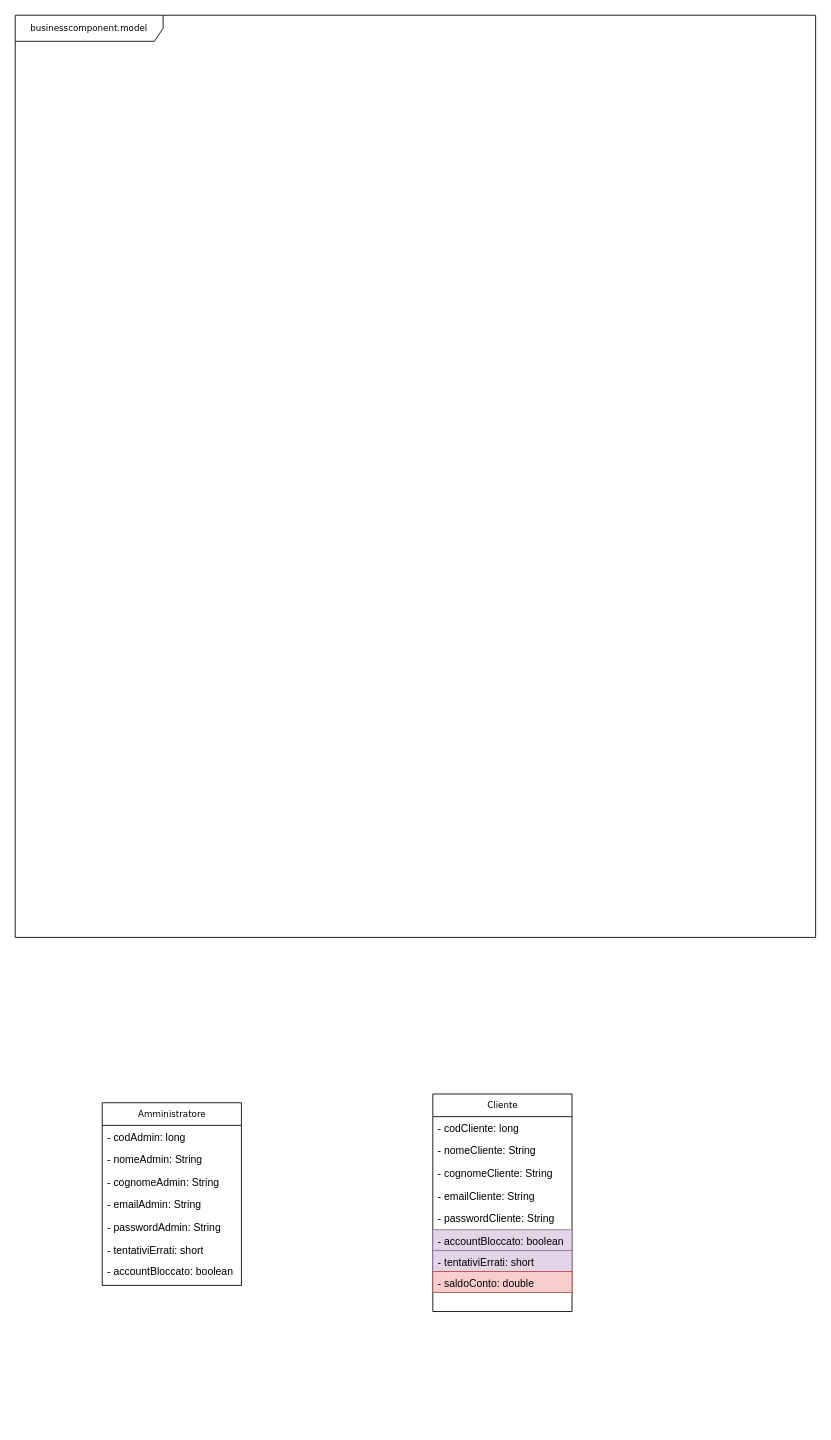
Before: page "model" (1 of 3) of DiagrammaCalssi.drawio in davide-vigano-tas/applicazione-bancaria, a draw.io diagram. Source tidied: cells renumbered, new cells numbered last; positions are measured from the earlier drawing's top-left corner, leaving out a move shared by most shapes. Both pictures are drawn from the tidied source at 87%, with x=0, y=0 at pixel (15, 15).
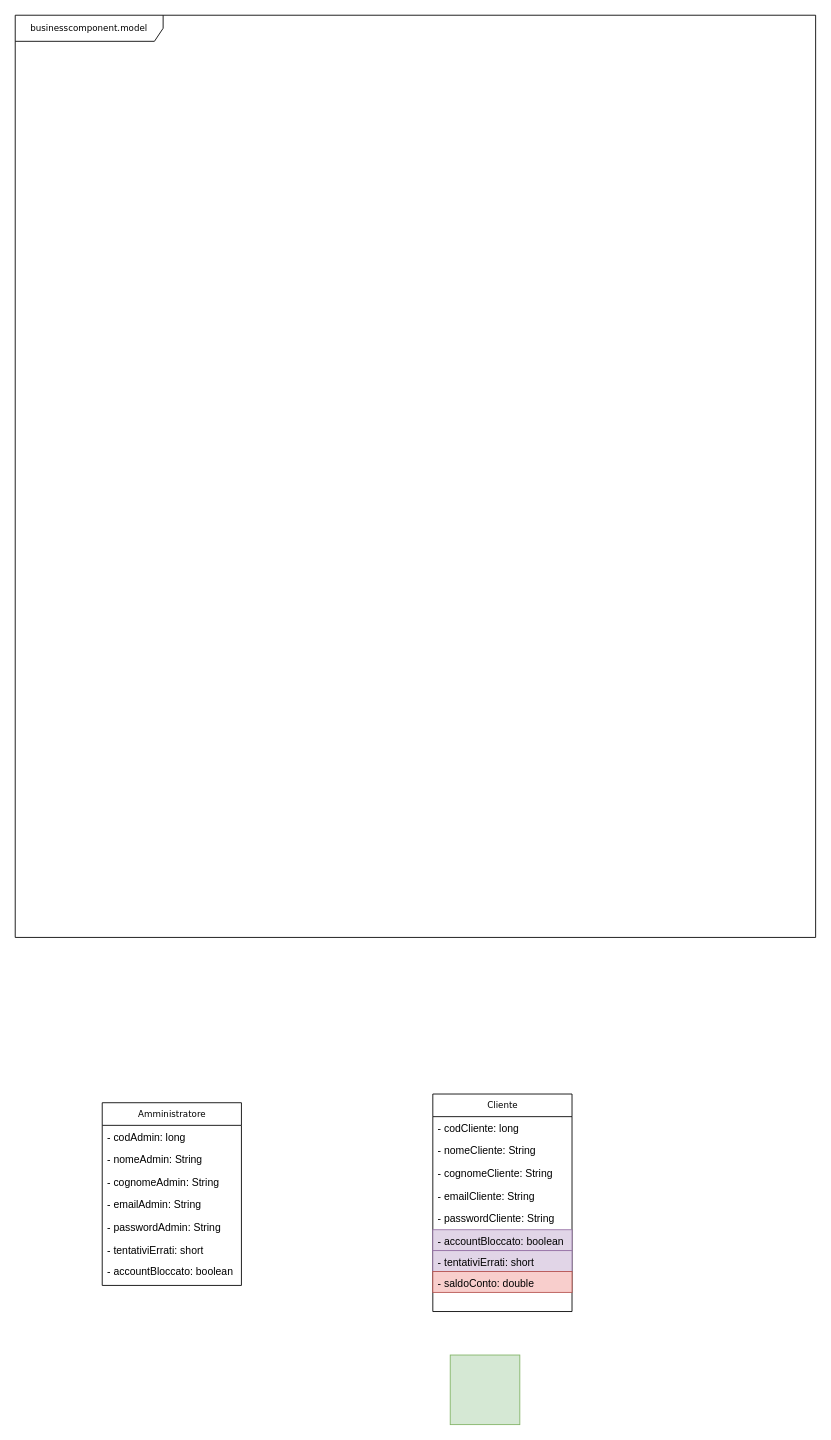
The same diagram, later.

Change to the diagram source:
```diff
@@
+    <mxCell id="21" style="whiteSpace=wrap;html=1;fillColor=#d5e8d4;strokeColor=#82b366;" parent="1" vertex="1">
+      <mxGeometry x="500" y="1540" width="80" height="80" as="geometry" />
+    </mxCell>
```
